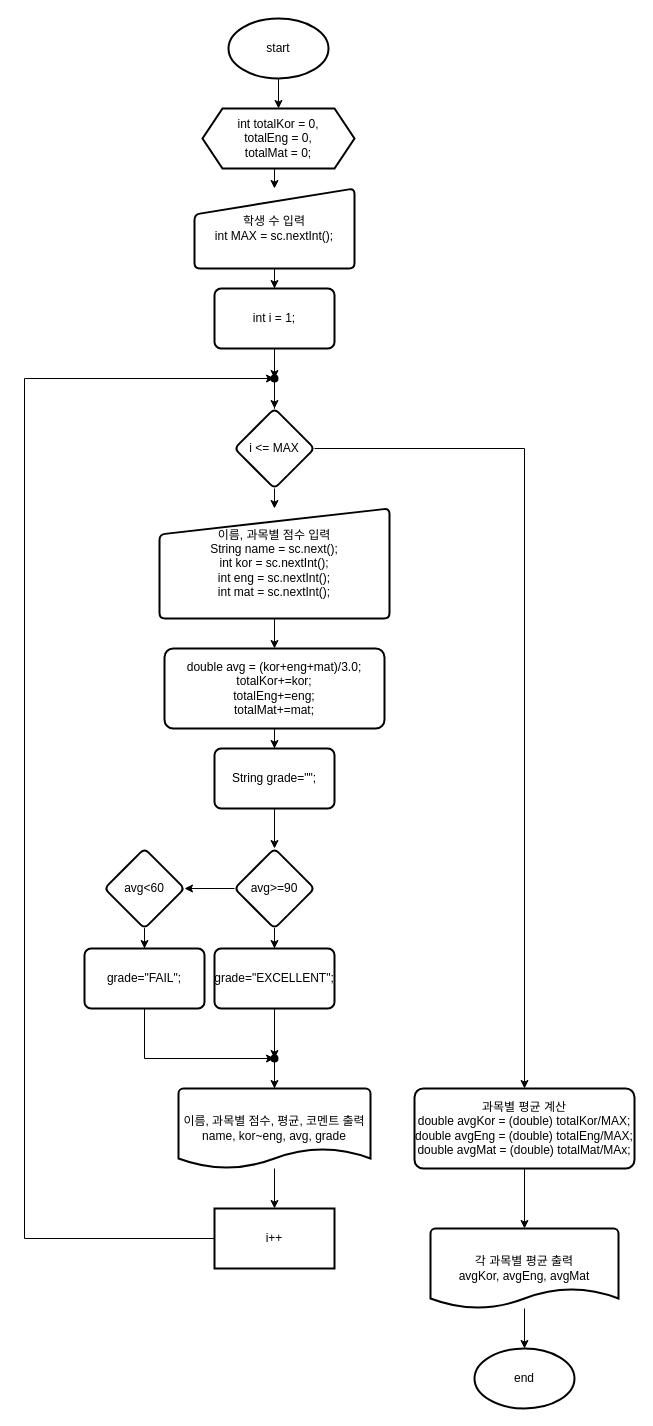
This is page "문제4_매운" (12 of 14) of 03_java/20260227_yeodohyun/02_work/문제순서도.drawio from dhy257/acon_academy_yeodohyun, a draw.io file, before an edit. Source tidied: cells renumbered, new cells numbered last; positions are measured from the earlier drawing's top-left corner, leaving out a move shared by most shapes. Both pictures are drawn from the tidied source at 100%, with x=0, y=0 at pixel (24, 18).
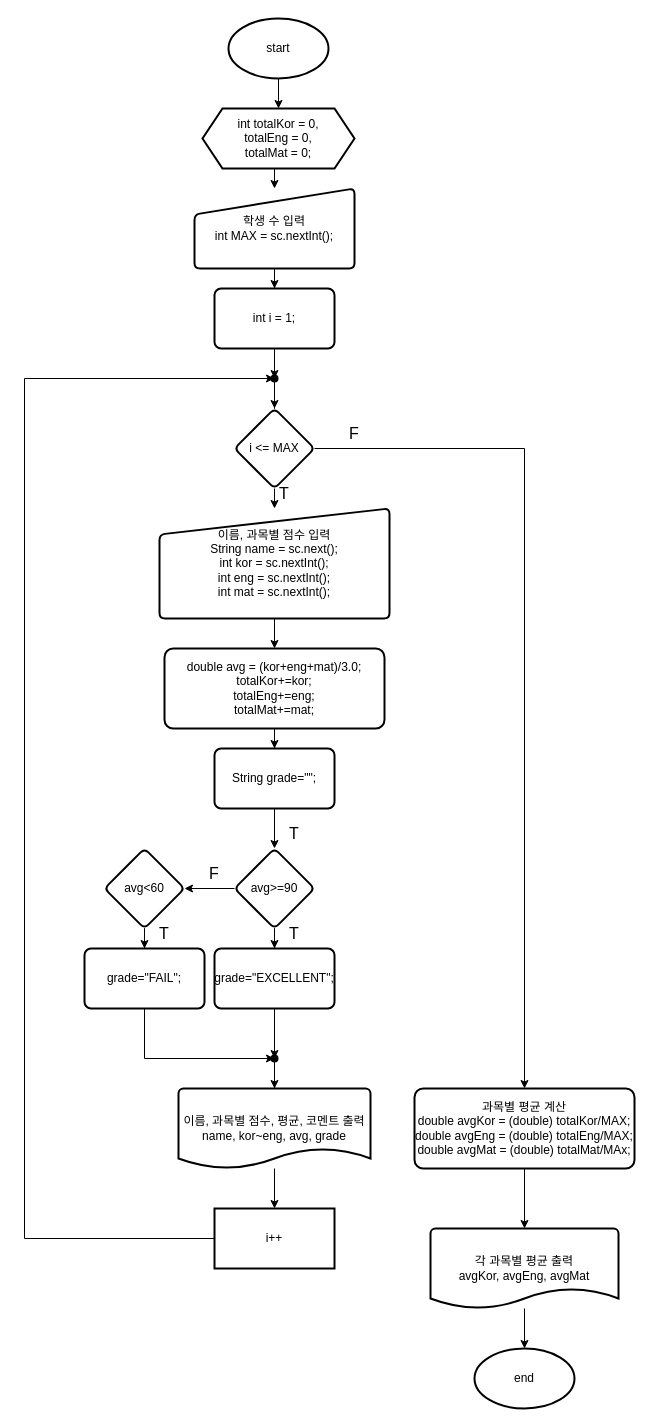
The same page after the edit.

The edit, as a diff of the source:
```diff
@@
+    <mxCell id="41" value="T" style="text;html=1;whiteSpace=wrap;strokeColor=none;fillColor=none;align=center;verticalAlign=middle;rounded=0;fontSize=16;" parent="1" vertex="1">
+      <mxGeometry x="230" y="460" width="60" height="30" as="geometry" />
+    </mxCell>
+    <mxCell id="42" value="F" style="text;html=1;whiteSpace=wrap;strokeColor=none;fillColor=none;align=center;verticalAlign=middle;rounded=0;fontSize=16;" parent="1" vertex="1">
+      <mxGeometry x="300" y="400" width="60" height="30" as="geometry" />
+    </mxCell>
+    <mxCell id="43" value="T" style="text;html=1;whiteSpace=wrap;strokeColor=none;fillColor=none;align=center;verticalAlign=middle;rounded=0;fontSize=16;" parent="1" vertex="1">
+      <mxGeometry x="240" y="800" width="60" height="30" as="geometry" />
+    </mxCell>
+    <mxCell id="44" value="T" style="text;html=1;whiteSpace=wrap;strokeColor=none;fillColor=none;align=center;verticalAlign=middle;rounded=0;fontSize=16;" parent="1" vertex="1">
+      <mxGeometry x="240" y="900" width="60" height="30" as="geometry" />
+    </mxCell>
+    <mxCell id="45" value="F" style="text;html=1;whiteSpace=wrap;strokeColor=none;fillColor=none;align=center;verticalAlign=middle;rounded=0;fontSize=16;" parent="1" vertex="1">
+      <mxGeometry x="160" y="840" width="60" height="30" as="geometry" />
+    </mxCell>
+    <mxCell id="46" value="T" style="text;html=1;whiteSpace=wrap;strokeColor=none;fillColor=none;align=center;verticalAlign=middle;rounded=0;fontSize=16;" parent="1" vertex="1">
+      <mxGeometry x="110" y="900" width="60" height="30" as="geometry" />
+    </mxCell>
```
